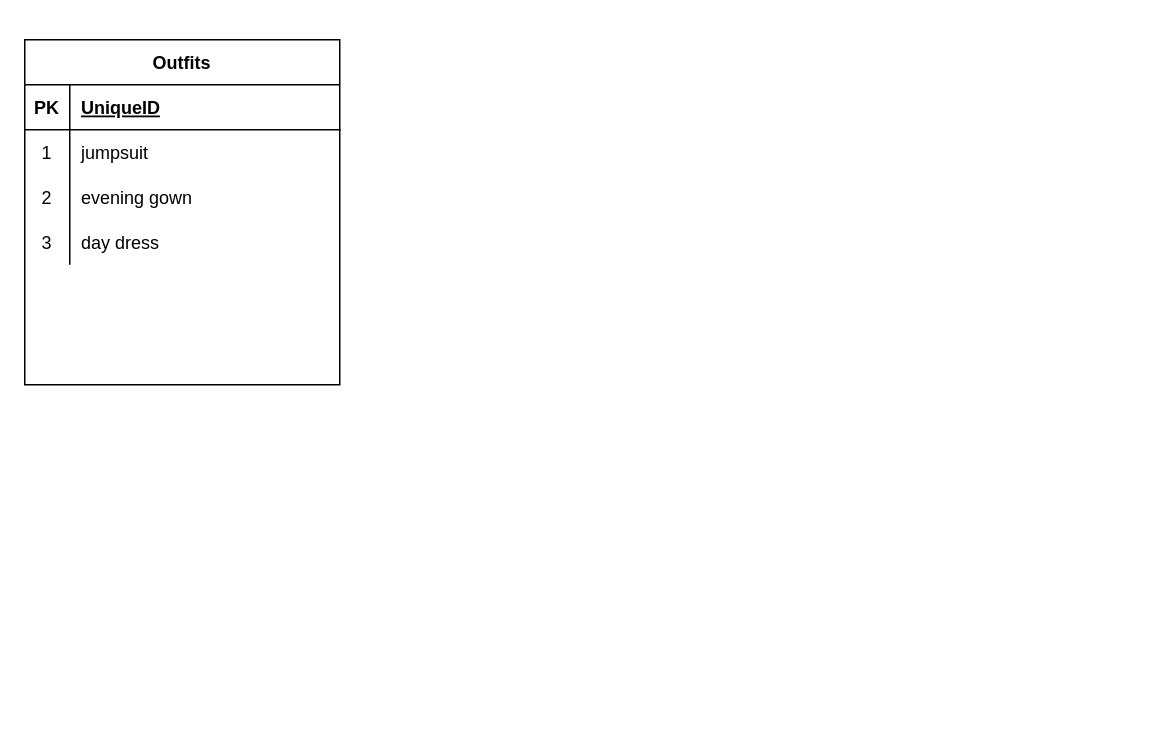
Earlier version of the draw.io diagram fashion.drawio (GK230/boolean-uk-api-data-models). Source tidied: cells renumbered, new cells numbered last; positions are measured from the earlier drawing's top-left corner, leaving out a move shared by most shapes. Both pictures are drawn from the tidied source at 150%, with x=0, y=0 at pixel (24, 39).
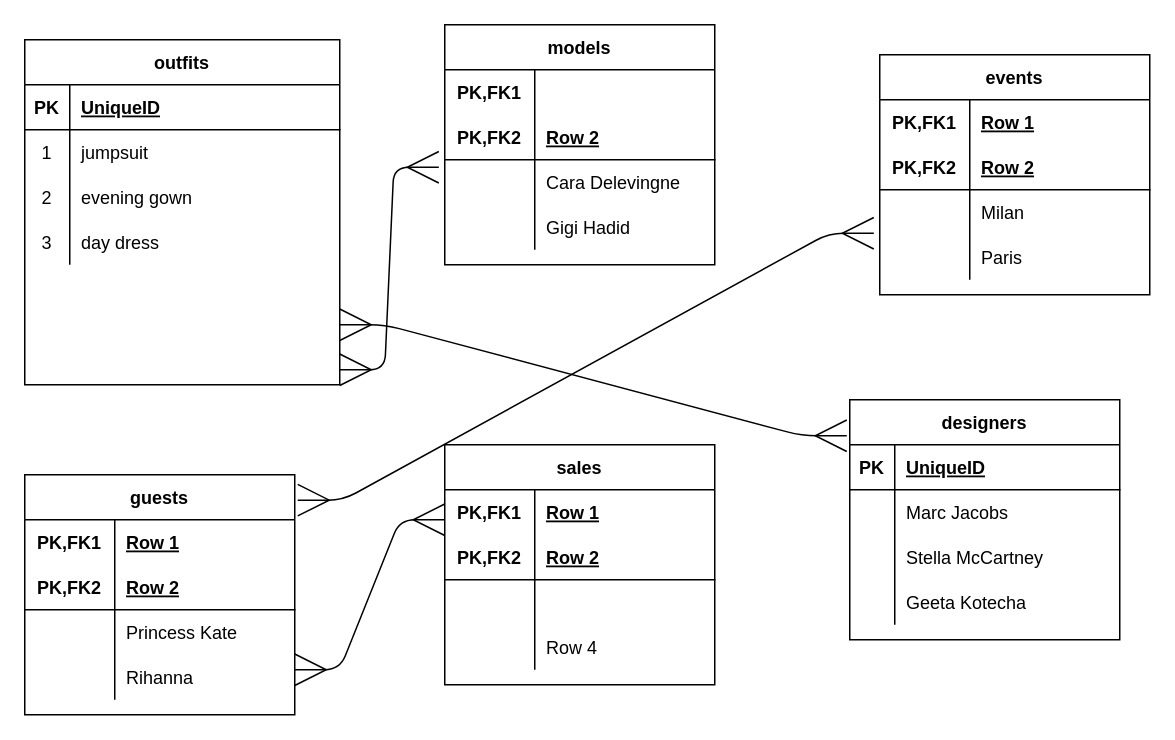
The same page after the edit.

Diff of the diagram source:
```diff
@@
-    <mxCell id="2" value="Outfits" style="shape=table;startSize=30;childLayout=tableLayout;rowLines=0;fontStyle=1;align=center;" parent="1" vertex="1">
+    <mxCell id="2" value="outfits" style="shape=table;startSize=30;childLayout=tableLayout;rowLines=0;fontStyle=1;align=center;" parent="1" vertex="1">
       <mxGeometry width="210" height="230" as="geometry" />
     </mxCell>
@@
+    <mxCell id="15" value="models" style="shape=table;startSize=30;childLayout=tableLayout;rowLines=0;fontStyle=1;align=center;" parent="1" vertex="1">
+      <mxGeometry x="280" y="-10" width="180" height="160" as="geometry" />
+    </mxCell>
+    <mxCell id="16" style="shape=partialRectangle;fillColor=none;top=0;left=0;bottom=0;right=0;" parent="15" vertex="1">
+      <mxGeometry y="30" width="180" height="30" as="geometry" />
+    </mxCell>
+    <mxCell id="17" value="PK,FK1" style="shape=partialRectangle;fillColor=none;top=0;left=0;bottom=0;right=0;fontStyle=1;overflow=hidden;" parent="16" vertex="1">
+      <mxGeometry width="60" height="30" as="geometry" />
+    </mxCell>
+    <mxCell id="18" style="shape=partialRectangle;fillColor=none;top=0;left=0;bottom=0;right=0;align=left;spacingLeft=6;fontStyle=5;overflow=hidden;" parent="16" vertex="1">
+      <mxGeometry x="60" width="120" height="30" as="geometry" />
+    </mxCell>
+    <mxCell id="19" style="shape=partialRectangle;fillColor=none;top=0;left=0;bottom=1;right=0;" parent="15" vertex="1">
+      <mxGeometry y="60" width="180" height="30" as="geometry" />
+    </mxCell>
+    <mxCell id="20" value="PK,FK2" style="shape=partialRectangle;fillColor=none;top=0;left=0;bottom=0;right=0;fontStyle=1;overflow=hidden;" parent="19" vertex="1">
+      <mxGeometry width="60" height="30" as="geometry" />
+    </mxCell>
+    <mxCell id="21" value="Row 2" style="shape=partialRectangle;fillColor=none;top=0;left=0;bottom=0;right=0;align=left;spacingLeft=6;fontStyle=5;overflow=hidden;" parent="19" vertex="1">
+      <mxGeometry x="60" width="120" height="30" as="geometry" />
+    </mxCell>
+    <mxCell id="22" style="shape=partialRectangle;fillColor=none;top=0;left=0;bottom=0;right=0;points=[[0,0.5],[1,0.5]];portConstraint=eastwest;" parent="15" vertex="1">
+      <mxGeometry y="90" width="180" height="30" as="geometry" />
+    </mxCell>
+    <mxCell id="23" style="shape=partialRectangle;fillColor=none;top=0;left=0;bottom=0;right=0;overflow=hidden;" parent="22" vertex="1">
+      <mxGeometry width="60" height="30" as="geometry" />
+    </mxCell>
+    <mxCell id="24" value="Cara Delevingne" style="shape=partialRectangle;fillColor=none;top=0;left=0;bottom=0;right=0;align=left;spacingLeft=6;overflow=hidden;" parent="22" vertex="1">
+      <mxGeometry x="60" width="120" height="30" as="geometry" />
+    </mxCell>
+    <mxCell id="25" style="shape=partialRectangle;fillColor=none;top=0;left=0;bottom=0;right=0;" parent="15" vertex="1">
+      <mxGeometry y="120" width="180" height="30" as="geometry" />
+    </mxCell>
+    <mxCell id="26" style="shape=partialRectangle;fillColor=none;top=0;left=0;bottom=0;right=0;overflow=hidden;" parent="25" vertex="1">
+      <mxGeometry width="60" height="30" as="geometry" />
+    </mxCell>
+    <mxCell id="27" value="Gigi Hadid" style="shape=partialRectangle;fillColor=none;top=0;left=0;bottom=0;right=0;align=left;spacingLeft=6;overflow=hidden;" parent="25" vertex="1">
+      <mxGeometry x="60" width="120" height="30" as="geometry" />
+    </mxCell>
+    <mxCell id="28" value="events" style="shape=table;startSize=30;childLayout=tableLayout;rowLines=0;fontStyle=1;align=center;" parent="1" vertex="1">
+      <mxGeometry x="570" y="10" width="180" height="160" as="geometry" />
+    </mxCell>
+    <mxCell id="29" style="shape=partialRectangle;fillColor=none;top=0;left=0;bottom=0;right=0;" parent="28" vertex="1">
+      <mxGeometry y="30" width="180" height="30" as="geometry" />
+    </mxCell>
+    <mxCell id="30" value="PK,FK1" style="shape=partialRectangle;fillColor=none;top=0;left=0;bottom=0;right=0;fontStyle=1;overflow=hidden;" parent="29" vertex="1">
+      <mxGeometry width="60" height="30" as="geometry" />
+    </mxCell>
+    <mxCell id="31" value="Row 1" style="shape=partialRectangle;fillColor=none;top=0;left=0;bottom=0;right=0;align=left;spacingLeft=6;fontStyle=5;overflow=hidden;" parent="29" vertex="1">
+      <mxGeometry x="60" width="120" height="30" as="geometry" />
+    </mxCell>
+    <mxCell id="32" style="shape=partialRectangle;fillColor=none;top=0;left=0;bottom=1;right=0;" parent="28" vertex="1">
+      <mxGeometry y="60" width="180" height="30" as="geometry" />
+    </mxCell>
+    <mxCell id="33" value="PK,FK2" style="shape=partialRectangle;fillColor=none;top=0;left=0;bottom=0;right=0;fontStyle=1;overflow=hidden;" parent="32" vertex="1">
+      <mxGeometry width="60" height="30" as="geometry" />
+    </mxCell>
+    <mxCell id="34" value="Row 2" style="shape=partialRectangle;fillColor=none;top=0;left=0;bottom=0;right=0;align=left;spacingLeft=6;fontStyle=5;overflow=hidden;" parent="32" vertex="1">
+      <mxGeometry x="60" width="120" height="30" as="geometry" />
+    </mxCell>
+    <mxCell id="35" style="shape=partialRectangle;fillColor=none;top=0;left=0;bottom=0;right=0;" parent="28" vertex="1">
+      <mxGeometry y="90" width="180" height="30" as="geometry" />
+    </mxCell>
+    <mxCell id="36" style="shape=partialRectangle;fillColor=none;top=0;left=0;bottom=0;right=0;overflow=hidden;" parent="35" vertex="1">
+      <mxGeometry width="60" height="30" as="geometry" />
+    </mxCell>
+    <mxCell id="37" value="Milan" style="shape=partialRectangle;fillColor=none;top=0;left=0;bottom=0;right=0;align=left;spacingLeft=6;overflow=hidden;" parent="35" vertex="1">
+      <mxGeometry x="60" width="120" height="30" as="geometry" />
+    </mxCell>
+    <mxCell id="38" style="shape=partialRectangle;fillColor=none;top=0;left=0;bottom=0;right=0;points=[[0,0.5],[1,0.5]];portConstraint=eastwest;" parent="28" vertex="1">
+      <mxGeometry y="120" width="180" height="30" as="geometry" />
+    </mxCell>
+    <mxCell id="39" style="shape=partialRectangle;fillColor=none;top=0;left=0;bottom=0;right=0;overflow=hidden;" parent="38" vertex="1">
+      <mxGeometry width="60" height="30" as="geometry" />
+    </mxCell>
+    <mxCell id="40" value="Paris" style="shape=partialRectangle;fillColor=none;top=0;left=0;bottom=0;right=0;align=left;spacingLeft=6;overflow=hidden;" parent="38" vertex="1">
+      <mxGeometry x="60" width="120" height="30" as="geometry" />
+    </mxCell>
+    <mxCell id="41" value="guests" style="shape=table;startSize=30;childLayout=tableLayout;rowLines=0;fontStyle=1;align=center;" parent="1" vertex="1">
+      <mxGeometry y="290" width="180" height="160" as="geometry" />
+    </mxCell>
+    <mxCell id="42" style="shape=partialRectangle;fillColor=none;top=0;left=0;bottom=0;right=0;" parent="41" vertex="1">
+      <mxGeometry y="30" width="180" height="30" as="geometry" />
+    </mxCell>
+    <mxCell id="43" value="PK,FK1" style="shape=partialRectangle;fillColor=none;top=0;left=0;bottom=0;right=0;fontStyle=1;overflow=hidden;" parent="42" vertex="1">
+      <mxGeometry width="60" height="30" as="geometry" />
+    </mxCell>
+    <mxCell id="44" value="Row 1" style="shape=partialRectangle;fillColor=none;top=0;left=0;bottom=0;right=0;align=left;spacingLeft=6;fontStyle=5;overflow=hidden;" parent="42" vertex="1">
+      <mxGeometry x="60" width="120" height="30" as="geometry" />
+    </mxCell>
+    <mxCell id="45" style="shape=partialRectangle;fillColor=none;top=0;left=0;bottom=1;right=0;" parent="41" vertex="1">
+      <mxGeometry y="60" width="180" height="30" as="geometry" />
+    </mxCell>
+    <mxCell id="46" value="PK,FK2" style="shape=partialRectangle;fillColor=none;top=0;left=0;bottom=0;right=0;fontStyle=1;overflow=hidden;" parent="45" vertex="1">
+      <mxGeometry width="60" height="30" as="geometry" />
+    </mxCell>
+    <mxCell id="47" value="Row 2" style="shape=partialRectangle;fillColor=none;top=0;left=0;bottom=0;right=0;align=left;spacingLeft=6;fontStyle=5;overflow=hidden;" parent="45" vertex="1">
+      <mxGeometry x="60" width="120" height="30" as="geometry" />
+    </mxCell>
+    <mxCell id="48" style="shape=partialRectangle;fillColor=none;top=0;left=0;bottom=0;right=0;" parent="41" vertex="1">
+      <mxGeometry y="90" width="180" height="30" as="geometry" />
+    </mxCell>
+    <mxCell id="49" style="shape=partialRectangle;fillColor=none;top=0;left=0;bottom=0;right=0;overflow=hidden;" parent="48" vertex="1">
+      <mxGeometry width="60" height="30" as="geometry" />
+    </mxCell>
+    <mxCell id="50" value="Princess Kate" style="shape=partialRectangle;fillColor=none;top=0;left=0;bottom=0;right=0;align=left;spacingLeft=6;overflow=hidden;" parent="48" vertex="1">
+      <mxGeometry x="60" width="120" height="30" as="geometry" />
+    </mxCell>
+    <mxCell id="51" style="shape=partialRectangle;fillColor=none;top=0;left=0;bottom=0;right=0;" parent="41" vertex="1">
+      <mxGeometry y="120" width="180" height="30" as="geometry" />
+    </mxCell>
+    <mxCell id="52" style="shape=partialRectangle;fillColor=none;top=0;left=0;bottom=0;right=0;overflow=hidden;" parent="51" vertex="1">
+      <mxGeometry width="60" height="30" as="geometry" />
+    </mxCell>
+    <mxCell id="53" value="Rihanna" style="shape=partialRectangle;fillColor=none;top=0;left=0;bottom=0;right=0;align=left;spacingLeft=6;overflow=hidden;" parent="51" vertex="1">
+      <mxGeometry x="60" width="120" height="30" as="geometry" />
+    </mxCell>
+    <mxCell id="54" value="sales" style="shape=table;startSize=30;childLayout=tableLayout;rowLines=0;fontStyle=1;align=center;" parent="1" vertex="1">
+      <mxGeometry x="280" y="270" width="180" height="160" as="geometry" />
+    </mxCell>
+    <mxCell id="55" style="shape=partialRectangle;fillColor=none;top=0;left=0;bottom=0;right=0;" parent="54" vertex="1">
+      <mxGeometry y="30" width="180" height="30" as="geometry" />
+    </mxCell>
+    <mxCell id="56" value="PK,FK1" style="shape=partialRectangle;fillColor=none;top=0;left=0;bottom=0;right=0;fontStyle=1;overflow=hidden;" parent="55" vertex="1">
+      <mxGeometry width="60" height="30" as="geometry" />
+    </mxCell>
+    <mxCell id="57" value="Row 1" style="shape=partialRectangle;fillColor=none;top=0;left=0;bottom=0;right=0;align=left;spacingLeft=6;fontStyle=5;overflow=hidden;" parent="55" vertex="1">
+      <mxGeometry x="60" width="120" height="30" as="geometry" />
+    </mxCell>
+    <mxCell id="58" style="shape=partialRectangle;fillColor=none;top=0;left=0;bottom=1;right=0;" parent="54" vertex="1">
+      <mxGeometry y="60" width="180" height="30" as="geometry" />
+    </mxCell>
+    <mxCell id="59" value="PK,FK2" style="shape=partialRectangle;fillColor=none;top=0;left=0;bottom=0;right=0;fontStyle=1;overflow=hidden;" parent="58" vertex="1">
+      <mxGeometry width="60" height="30" as="geometry" />
+    </mxCell>
+    <mxCell id="60" value="Row 2" style="shape=partialRectangle;fillColor=none;top=0;left=0;bottom=0;right=0;align=left;spacingLeft=6;fontStyle=5;overflow=hidden;" parent="58" vertex="1">
+      <mxGeometry x="60" width="120" height="30" as="geometry" />
+    </mxCell>
+    <mxCell id="61" style="shape=partialRectangle;fillColor=none;top=0;left=0;bottom=0;right=0;" parent="54" vertex="1">
+      <mxGeometry y="90" width="180" height="30" as="geometry" />
+    </mxCell>
+    <mxCell id="62" style="shape=partialRectangle;fillColor=none;top=0;left=0;bottom=0;right=0;overflow=hidden;" parent="61" vertex="1">
+      <mxGeometry width="60" height="30" as="geometry" />
+    </mxCell>
+    <mxCell id="63" style="shape=partialRectangle;fillColor=none;top=0;left=0;bottom=0;right=0;align=left;spacingLeft=6;overflow=hidden;" parent="61" vertex="1">
+      <mxGeometry x="60" width="120" height="30" as="geometry" />
+    </mxCell>
+    <mxCell id="64" style="shape=partialRectangle;fillColor=none;top=0;left=0;bottom=0;right=0;" parent="54" vertex="1">
+      <mxGeometry y="120" width="180" height="30" as="geometry" />
+    </mxCell>
+    <mxCell id="65" style="shape=partialRectangle;fillColor=none;top=0;left=0;bottom=0;right=0;overflow=hidden;" parent="64" vertex="1">
+      <mxGeometry width="60" height="30" as="geometry" />
+    </mxCell>
+    <mxCell id="66" value="Row 4" style="shape=partialRectangle;fillColor=none;top=0;left=0;bottom=0;right=0;align=left;spacingLeft=6;overflow=hidden;" parent="64" vertex="1">
+      <mxGeometry x="60" width="120" height="30" as="geometry" />
+    </mxCell>
+    <mxCell id="67" value="designers" style="shape=table;startSize=30;childLayout=tableLayout;rowLines=0;fontStyle=1;align=center;" parent="1" vertex="1">
+      <mxGeometry x="550" y="240" width="180" height="160" as="geometry" />
+    </mxCell>
+    <mxCell id="68" style="shape=partialRectangle;fillColor=none;top=0;left=0;bottom=1;right=0;" parent="67" vertex="1">
+      <mxGeometry y="30" width="180" height="30" as="geometry" />
+    </mxCell>
+    <mxCell id="69" value="PK" style="shape=partialRectangle;fillColor=none;top=0;left=0;bottom=0;right=0;fontStyle=1;overflow=hidden;" parent="68" vertex="1">
+      <mxGeometry width="30" height="30" as="geometry" />
+    </mxCell>
+    <mxCell id="70" value="UniqueID" style="shape=partialRectangle;fillColor=none;top=0;left=0;bottom=0;right=0;align=left;spacingLeft=6;fontStyle=5;overflow=hidden;" parent="68" vertex="1">
+      <mxGeometry x="30" width="150" height="30" as="geometry" />
+    </mxCell>
+    <mxCell id="71" style="shape=partialRectangle;fillColor=none;top=0;left=0;bottom=0;right=0;" parent="67" vertex="1">
+      <mxGeometry y="60" width="180" height="30" as="geometry" />
+    </mxCell>
+    <mxCell id="72" style="shape=partialRectangle;fillColor=none;top=0;left=0;bottom=0;right=0;overflow=hidden;" parent="71" vertex="1">
+      <mxGeometry width="30" height="30" as="geometry" />
+    </mxCell>
+    <mxCell id="73" value="Marc Jacobs" style="shape=partialRectangle;fillColor=none;top=0;left=0;bottom=0;right=0;align=left;spacingLeft=6;overflow=hidden;" parent="71" vertex="1">
+      <mxGeometry x="30" width="150" height="30" as="geometry" />
+    </mxCell>
+    <mxCell id="74" style="shape=partialRectangle;fillColor=none;top=0;left=0;bottom=0;right=0;" parent="67" vertex="1">
+      <mxGeometry y="90" width="180" height="30" as="geometry" />
+    </mxCell>
+    <mxCell id="75" style="shape=partialRectangle;fillColor=none;top=0;left=0;bottom=0;right=0;overflow=hidden;" parent="74" vertex="1">
+      <mxGeometry width="30" height="30" as="geometry" />
+    </mxCell>
+    <mxCell id="76" value="Stella McCartney" style="shape=partialRectangle;fillColor=none;top=0;left=0;bottom=0;right=0;align=left;spacingLeft=6;overflow=hidden;" parent="74" vertex="1">
+      <mxGeometry x="30" width="150" height="30" as="geometry" />
+    </mxCell>
+    <mxCell id="77" style="shape=partialRectangle;fillColor=none;top=0;left=0;bottom=0;right=0;" parent="67" vertex="1">
+      <mxGeometry y="120" width="180" height="30" as="geometry" />
+    </mxCell>
+    <mxCell id="78" style="shape=partialRectangle;fillColor=none;top=0;left=0;bottom=0;right=0;overflow=hidden;" parent="77" vertex="1">
+      <mxGeometry width="30" height="30" as="geometry" />
+    </mxCell>
+    <mxCell id="79" value="Geeta Kotecha" style="shape=partialRectangle;fillColor=none;top=0;left=0;bottom=0;right=0;align=left;spacingLeft=6;overflow=hidden;" parent="77" vertex="1">
+      <mxGeometry x="30" width="150" height="30" as="geometry" />
+    </mxCell>
+    <mxCell id="80" style="edgeStyle=entityRelationEdgeStyle;fontSize=12;html=1;endArrow=ERmany;startArrow=ERmany;entryX=-0.011;entryY=0.15;entryDx=0;entryDy=0;entryPerimeter=0;endSize=19;startSize=19;" parent="1" edge="1" target="67">
+      <mxGeometry relative="1" as="geometry">
+        <mxPoint x="210" y="190" as="sourcePoint" />
+      </mxGeometry>
+    </mxCell>
+    <mxCell id="81" style="edgeStyle=entityRelationEdgeStyle;fontSize=12;html=1;endArrow=ERmany;startArrow=ERmany;startSize=19;endSize=19;entryX=-0.022;entryY=0.167;entryDx=0;entryDy=0;entryPerimeter=0;" parent="1" edge="1" target="22">
+      <mxGeometry relative="1" as="geometry">
+        <mxPoint x="210" y="220" as="sourcePoint" />
+      </mxGeometry>
+    </mxCell>
+    <mxCell id="82" style="edgeStyle=entityRelationEdgeStyle;fontSize=12;html=1;endArrow=ERmany;startArrow=ERmany;startSize=19;endSize=19;entryX=-0.022;entryY=-0.033;entryDx=0;entryDy=0;entryPerimeter=0;exitX=1.011;exitY=0.106;exitDx=0;exitDy=0;exitPerimeter=0;" parent="1" edge="1" source="41" target="38">
+      <mxGeometry relative="1" as="geometry" />
+    </mxCell>
+    <mxCell id="83" style="edgeStyle=entityRelationEdgeStyle;fontSize=12;html=1;endArrow=ERmany;startArrow=ERmany;startSize=19;endSize=19;" parent="1" edge="1">
+      <mxGeometry relative="1" as="geometry">
+        <mxPoint x="180" y="420" as="sourcePoint" />
+        <mxPoint x="280" y="320" as="targetPoint" />
+      </mxGeometry>
+    </mxCell>
```
